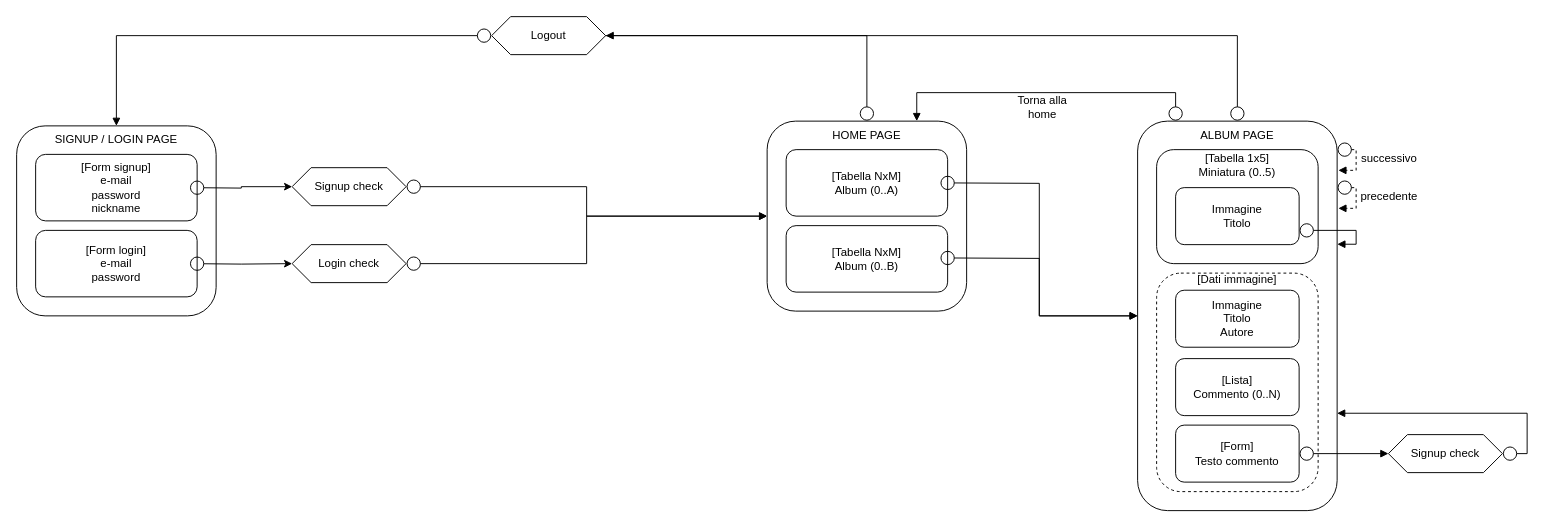
Earlier version of the draw.io diagram Design/Diagramma_IFML.drawio (daniLOLZ/TIW-Gallery-2022). Source tidied: cells renumbered, new cells numbered last; positions are measured from the earlier drawing's top-left corner, leaving out a move shared by most shapes. Both pictures are drawn from the tidied source at 95%, with x=0, y=0 at pixel (16, 16).
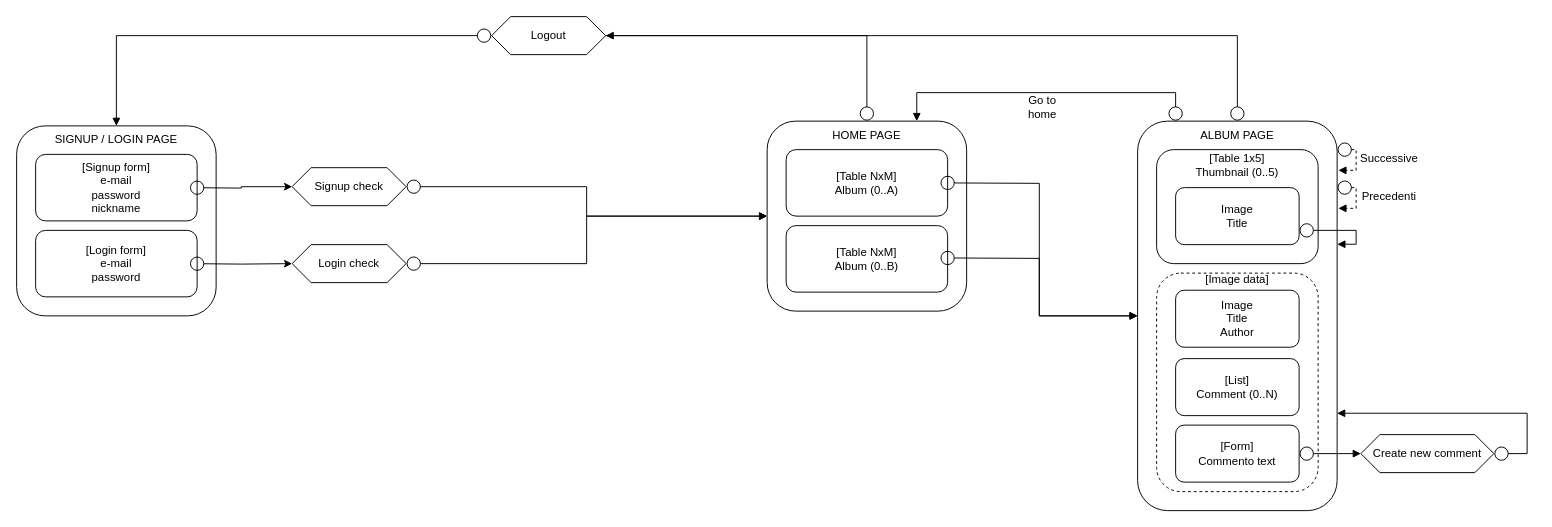
After the change.

Commit message (it also covers changes not shown here):
Aggiornata un po' documentazione e tradotto diagramma IFML

What changed in the source:
```diff
@@
-    <mxCell id="5" value="&lt;span style=&quot;&quot;&gt;[Tabella NxM]&lt;/span&gt;&lt;br style=&quot;&quot;&gt;&lt;span style=&quot;&quot;&gt;Album (0..A)&lt;/span&gt;" style="rounded=1;whiteSpace=wrap;html=1;strokeColor=default;" parent="1" vertex="1">
+    <mxCell id="5" value="&lt;span&gt;[Table NxM]&lt;/span&gt;&lt;br&gt;&lt;span&gt;Album (0..A)&lt;/span&gt;" style="rounded=1;whiteSpace=wrap;html=1;strokeColor=default;" parent="1" vertex="1">
       <mxGeometry x="810" y="140" width="170" height="70" as="geometry" />
     </mxCell>
@@
-    <mxCell id="9" value="&lt;span style=&quot;&quot;&gt;[Tabella NxM]&lt;/span&gt;&lt;br style=&quot;&quot;&gt;&lt;span style=&quot;&quot;&gt;Album (0..B)&lt;/span&gt;" style="rounded=1;whiteSpace=wrap;html=1;strokeColor=default;" parent="1" vertex="1">
+    <mxCell id="9" value="&lt;span&gt;[Table NxM]&lt;/span&gt;&lt;br&gt;&lt;span&gt;Album (0..B)&lt;/span&gt;" style="rounded=1;whiteSpace=wrap;html=1;strokeColor=default;" parent="1" vertex="1">
       <mxGeometry x="810" y="220" width="170" height="70" as="geometry" />
     </mxCell>
@@
-    <mxCell id="12" value="&lt;span style=&quot;&quot;&gt;[Tabella 1x5]&lt;/span&gt;&lt;br style=&quot;&quot;&gt;&lt;span style=&quot;&quot;&gt;Miniatura (0..5)&lt;br&gt;&lt;br&gt;&lt;br&gt;&lt;br&gt;&lt;br&gt;&lt;br&gt;&lt;br&gt;&lt;/span&gt;" style="rounded=1;whiteSpace=wrap;html=1;strokeColor=default;" parent="1" vertex="1">
+    <mxCell id="12" value="&lt;span&gt;[Table 1x5]&lt;/span&gt;&lt;br&gt;&lt;span&gt;Thumbnail (0..5)&lt;br&gt;&lt;br&gt;&lt;br&gt;&lt;br&gt;&lt;br&gt;&lt;br&gt;&lt;br&gt;&lt;/span&gt;" style="rounded=1;whiteSpace=wrap;html=1;strokeColor=default;" parent="1" vertex="1">
       <mxGeometry x="1200" y="140" width="170" height="120" as="geometry" />
     </mxCell>
@@
-    <mxCell id="18" value="Immagine&lt;br&gt;Titolo" style="rounded=1;whiteSpace=wrap;html=1;strokeColor=default;" parent="1" vertex="1">
+    <mxCell id="18" value="Image&lt;br&gt;Title" style="rounded=1;whiteSpace=wrap;html=1;strokeColor=default;" parent="1" vertex="1">
       <mxGeometry x="1220" y="180" width="130" height="60" as="geometry" />
     </mxCell>
-    <mxCell id="19" value="successivo" style="text;html=1;strokeColor=none;fillColor=none;align=center;verticalAlign=middle;whiteSpace=wrap;rounded=0;" parent="1" vertex="1">
+    <mxCell id="19" value="Successive" style="text;html=1;strokeColor=none;fillColor=none;align=center;verticalAlign=middle;whiteSpace=wrap;rounded=0;" parent="1" vertex="1">
       <mxGeometry x="1415" y="140" width="60" height="20" as="geometry" />
     </mxCell>
-    <mxCell id="20" value="precedente" style="text;html=1;strokeColor=none;fillColor=none;align=center;verticalAlign=middle;whiteSpace=wrap;rounded=0;" parent="1" vertex="1">
+    <mxCell id="20" value="Precedenti" style="text;html=1;strokeColor=none;fillColor=none;align=center;verticalAlign=middle;whiteSpace=wrap;rounded=0;" parent="1" vertex="1">
       <mxGeometry x="1415" y="179" width="60" height="20" as="geometry" />
     </mxCell>
@@
-    <mxCell id="24" value="[Form signup]&lt;br&gt;e-mail&lt;br&gt;password&lt;br&gt;nickname" style="rounded=1;whiteSpace=wrap;html=1;strokeColor=default;" parent="1" vertex="1">
+    <mxCell id="24" value="[Signup form]&lt;br&gt;e-mail&lt;br&gt;password&lt;br&gt;nickname" style="rounded=1;whiteSpace=wrap;html=1;strokeColor=default;" parent="1" vertex="1">
       <mxGeometry x="20" y="145" width="170" height="70" as="geometry" />
     </mxCell>
@@
-    <mxCell id="26" value="[Form login]&lt;br&gt;e-mail&lt;br&gt;password" style="rounded=1;whiteSpace=wrap;html=1;strokeColor=default;" parent="1" vertex="1">
+    <mxCell id="26" value="[Login form]&lt;br&gt;e-mail&lt;br&gt;password" style="rounded=1;whiteSpace=wrap;html=1;strokeColor=default;" parent="1" vertex="1">
       <mxGeometry x="20" y="225" width="170" height="70" as="geometry" />
     </mxCell>
@@
-    <mxCell id="30" value="&lt;span style=&quot;&quot;&gt;[Dati immagine]&lt;br&gt;&lt;br&gt;&lt;br&gt;&lt;br&gt;&lt;br&gt;&lt;br&gt;&lt;br&gt;&lt;br&gt;&lt;br&gt;&lt;br&gt;&lt;br&gt;&lt;br&gt;&lt;br&gt;&lt;br&gt;&lt;br&gt;&lt;br&gt;&lt;/span&gt;" style="rounded=1;whiteSpace=wrap;html=1;strokeColor=default;dashed=1;" parent="1" vertex="1">
+    <mxCell id="30" value="&lt;span&gt;[Image data]&lt;br&gt;&lt;br&gt;&lt;br&gt;&lt;br&gt;&lt;br&gt;&lt;br&gt;&lt;br&gt;&lt;br&gt;&lt;br&gt;&lt;br&gt;&lt;br&gt;&lt;br&gt;&lt;br&gt;&lt;br&gt;&lt;br&gt;&lt;br&gt;&lt;/span&gt;" style="rounded=1;whiteSpace=wrap;html=1;strokeColor=default;dashed=1;" parent="1" vertex="1">
       <mxGeometry x="1200" y="270" width="170" height="230" as="geometry" />
     </mxCell>
-    <mxCell id="31" value="Immagine&lt;br&gt;Titolo&lt;br&gt;Autore" style="rounded=1;whiteSpace=wrap;html=1;strokeColor=default;" parent="1" vertex="1">
+    <mxCell id="31" value="Image&lt;br&gt;Title&lt;br&gt;Author" style="rounded=1;whiteSpace=wrap;html=1;strokeColor=default;" parent="1" vertex="1">
       <mxGeometry x="1220" y="288" width="130" height="60" as="geometry" />
     </mxCell>
-    <mxCell id="32" value="[Lista]&lt;br&gt;Commento (0..N)" style="rounded=1;whiteSpace=wrap;html=1;strokeColor=default;" parent="1" vertex="1">
+    <mxCell id="32" value="[List]&lt;br&gt;Comment (0..N)" style="rounded=1;whiteSpace=wrap;html=1;strokeColor=default;" parent="1" vertex="1">
       <mxGeometry x="1220" y="360" width="130" height="60" as="geometry" />
     </mxCell>
@@
-    <mxCell id="34" value="[Form]&lt;br&gt;Testo commento" style="rounded=1;whiteSpace=wrap;html=1;strokeColor=default;" parent="1" vertex="1">
+    <mxCell id="34" value="[Form]&lt;br&gt;Commento text" style="rounded=1;whiteSpace=wrap;html=1;strokeColor=default;" parent="1" vertex="1">
       <mxGeometry x="1220" y="430" width="130" height="60" as="geometry" />
     </mxCell>
@@
-    <mxCell id="36" value="Signup check" style="shape=hexagon;perimeter=hexagonPerimeter2;whiteSpace=wrap;html=1;fixedSize=1;strokeColor=default;" parent="1" vertex="1">
-      <mxGeometry x="1444" y="440" width="120" height="40" as="geometry" />
+    <mxCell id="36" value="Create new comment" style="shape=hexagon;perimeter=hexagonPerimeter2;whiteSpace=wrap;html=1;fixedSize=1;strokeColor=default;" parent="1" vertex="1">
+      <mxGeometry x="1415" y="440" width="140" height="40" as="geometry" />
     </mxCell>
-    <mxCell id="37" value="Torna alla home" style="text;html=1;strokeColor=none;fillColor=none;align=center;verticalAlign=middle;whiteSpace=wrap;rounded=0;dashed=1;" parent="1" vertex="1">
+    <mxCell id="37" value="Go to home" style="text;html=1;strokeColor=none;fillColor=none;align=center;verticalAlign=middle;whiteSpace=wrap;rounded=0;dashed=1;" parent="1" vertex="1">
       <mxGeometry x="1050" y="80" width="60" height="30" as="geometry" />
     </mxCell>
```
